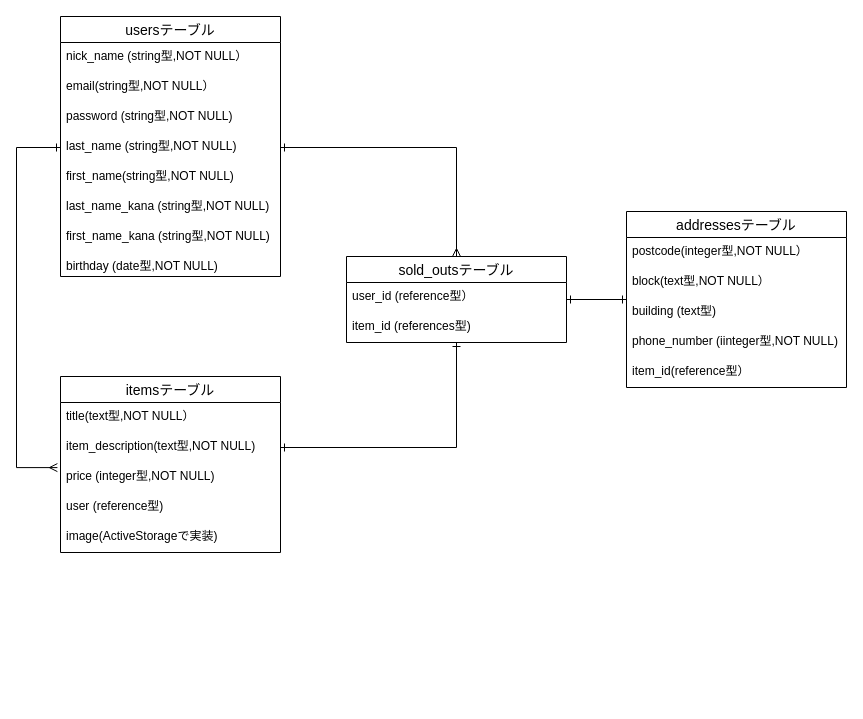
The draw.io diagram frima.dio in kanix2020/furima-34021, before the edit. Source tidied: cells renumbered, new cells numbered last; positions are measured from the earlier drawing's top-left corner, leaving out a move shared by most shapes. Both pictures are drawn from the tidied source at 100%, with x=0, y=0 at pixel (16, 16).
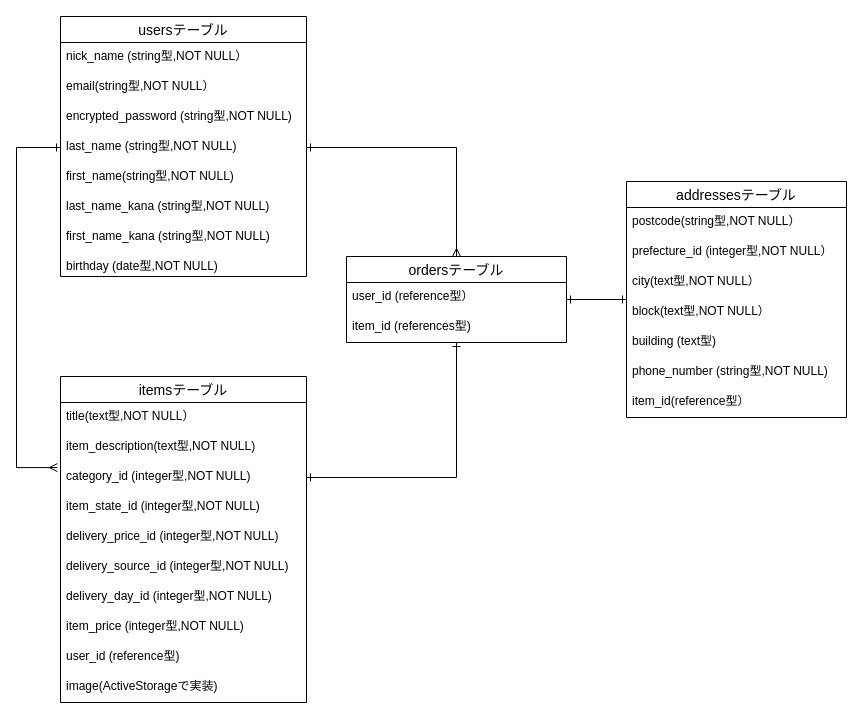
The same diagram, later.

Commit message (it also covers changes not shown here):
ER図・READMEの修正

Diff of the diagram source:
```diff
@@
     <mxCell id="2" value="usersテーブル" style="swimlane;fontStyle=0;horizontal=1;startSize=26;align=center;fontSize=14;" parent="1" vertex="1">
-      <mxGeometry x="44" width="220" height="260" as="geometry" />
+      <mxGeometry x="44" width="246" height="260" as="geometry" />
     </mxCell>
     <mxCell id="3" value="nick_name (string型,NOT NULL）" style="text;strokeColor=none;fillColor=none;spacingLeft=4;spacingRight=4;overflow=hidden;fontSize=12;" parent="2" vertex="1">
-      <mxGeometry y="26" width="220" height="30" as="geometry" />
+      <mxGeometry y="26" width="246" height="30" as="geometry" />
     </mxCell>
     <mxCell id="4" value="email(string型,NOT NULL）" style="text;strokeColor=none;fillColor=none;spacingLeft=4;spacingRight=4;overflow=hidden;fontSize=12;" parent="2" vertex="1">
-      <mxGeometry y="56" width="220" height="30" as="geometry" />
+      <mxGeometry y="56" width="246" height="30" as="geometry" />
     </mxCell>
-    <mxCell id="5" value="password (string型,NOT NULL)" style="text;strokeColor=none;fillColor=none;spacingLeft=4;spacingRight=4;overflow=hidden;fontSize=12;" parent="2" vertex="1">
-      <mxGeometry y="86" width="220" height="30" as="geometry" />
+    <mxCell id="5" value="encrypted_password (string型,NOT NULL)" style="text;strokeColor=none;fillColor=none;spacingLeft=4;spacingRight=4;overflow=hidden;fontSize=12;" parent="2" vertex="1">
+      <mxGeometry y="86" width="246" height="30" as="geometry" />
     </mxCell>
     <mxCell id="6" value="last_name (string型,NOT NULL)" style="text;strokeColor=none;fillColor=none;spacingLeft=4;spacingRight=4;overflow=hidden;points=[[0,0.5],[1,0.5]];portConstraint=eastwest;fontSize=12;" parent="2" vertex="1">
-      <mxGeometry y="116" width="220" height="30" as="geometry" />
+      <mxGeometry y="116" width="246" height="30" as="geometry" />
     </mxCell>
     <mxCell id="7" value="first_name(string型,NOT NULL)" style="text;strokeColor=none;fillColor=none;spacingLeft=4;spacingRight=4;overflow=hidden;fontSize=12;" parent="2" vertex="1">
-      <mxGeometry y="146" width="220" height="30" as="geometry" />
+      <mxGeometry y="146" width="246" height="30" as="geometry" />
     </mxCell>
     <mxCell id="8" value="last_name_kana (string型,NOT NULL)" style="text;strokeColor=none;fillColor=none;spacingLeft=4;spacingRight=4;overflow=hidden;fontSize=12;" parent="2" vertex="1">
-      <mxGeometry y="176" width="220" height="30" as="geometry" />
+      <mxGeometry y="176" width="246" height="30" as="geometry" />
     </mxCell>
     <mxCell id="9" value="first_name_kana (string型,NOT NULL)" style="text;strokeColor=none;fillColor=none;spacingLeft=4;spacingRight=4;overflow=hidden;fontSize=12;" parent="2" vertex="1">
-      <mxGeometry y="206" width="220" height="30" as="geometry" />
+      <mxGeometry y="206" width="246" height="30" as="geometry" />
     </mxCell>
     <mxCell id="10" value="birthday (date型,NOT NULL)" style="text;strokeColor=none;fillColor=none;spacingLeft=4;spacingRight=4;overflow=hidden;fontSize=12;" parent="2" vertex="1">
-      <mxGeometry y="236" width="220" height="24" as="geometry" />
+      <mxGeometry y="236" width="246" height="24" as="geometry" />
     </mxCell>
@@
     <mxCell id="12" value="itemsテーブル" style="swimlane;fontStyle=0;horizontal=1;startSize=26;align=center;fontSize=14;" parent="1" vertex="1">
-      <mxGeometry x="44" y="360" width="220" height="176" as="geometry" />
+      <mxGeometry x="44" y="360" width="246" height="326" as="geometry" />
     </mxCell>
     <mxCell id="13" value="title(text型,NOT NULL）" style="text;strokeColor=none;fillColor=none;spacingLeft=4;spacingRight=4;overflow=hidden;fontSize=12;" parent="12" vertex="1">
-      <mxGeometry y="26" width="220" height="30" as="geometry" />
+      <mxGeometry y="26" width="246" height="30" as="geometry" />
     </mxCell>
     <mxCell id="14" value="item_description(text型,NOT NULL)&#10;" style="text;strokeColor=none;fillColor=none;spacingLeft=4;spacingRight=4;overflow=hidden;points=[[0,0.5],[1,0.5]];portConstraint=eastwest;fontSize=12;" parent="12" vertex="1">
-      <mxGeometry y="56" width="220" height="30" as="geometry" />
+      <mxGeometry y="56" width="246" height="30" as="geometry" />
     </mxCell>
-    <mxCell id="15" value="price (integer型,NOT NULL)" style="text;strokeColor=none;fillColor=none;spacingLeft=4;spacingRight=4;overflow=hidden;points=[[0,0.5],[1,0.5]];portConstraint=eastwest;fontSize=12;" parent="12" vertex="1">
-      <mxGeometry y="86" width="220" height="30" as="geometry" />
+    <mxCell id="15" value="category_id (integer型,NOT NULL)" style="text;strokeColor=none;fillColor=none;spacingLeft=4;spacingRight=4;overflow=hidden;points=[[0,0.5],[1,0.5]];portConstraint=eastwest;fontSize=12;" parent="12" vertex="1">
+      <mxGeometry y="86" width="246" height="30" as="geometry" />
     </mxCell>
+    <mxCell id="30" value="item_state_id (integer型,NOT NULL)" style="text;strokeColor=none;fillColor=none;spacingLeft=4;spacingRight=4;overflow=hidden;fontSize=12;" parent="12" vertex="1">
+      <mxGeometry y="116" width="246" height="30" as="geometry" />
+    </mxCell>
+    <mxCell id="31" value="delivery_price_id (integer型,NOT NULL)" style="text;strokeColor=none;fillColor=none;spacingLeft=4;spacingRight=4;overflow=hidden;fontSize=12;" parent="12" vertex="1">
+      <mxGeometry y="146" width="246" height="30" as="geometry" />
+    </mxCell>
+    <mxCell id="32" value="delivery_source_id (integer型,NOT NULL)" style="text;strokeColor=none;fillColor=none;spacingLeft=4;spacingRight=4;overflow=hidden;fontSize=12;" parent="12" vertex="1">
+      <mxGeometry y="176" width="246" height="30" as="geometry" />
+    </mxCell>
+    <mxCell id="33" value="delivery_day_id (integer型,NOT NULL)" style="text;strokeColor=none;fillColor=none;spacingLeft=4;spacingRight=4;overflow=hidden;fontSize=12;" parent="12" vertex="1">
+      <mxGeometry y="206" width="246" height="30" as="geometry" />
+    </mxCell>
+    <mxCell id="34" value="item_price (integer型,NOT NULL)" style="text;strokeColor=none;fillColor=none;spacingLeft=4;spacingRight=4;overflow=hidden;fontSize=12;" parent="12" vertex="1">
+      <mxGeometry y="236" width="246" height="30" as="geometry" />
+    </mxCell>
-    <mxCell id="16" value="user (reference型)" style="text;strokeColor=none;fillColor=none;spacingLeft=4;spacingRight=4;overflow=hidden;fontSize=12;" parent="12" vertex="1">
-      <mxGeometry y="116" width="220" height="30" as="geometry" />
+    <mxCell id="16" value="user_id (reference型)" style="text;strokeColor=none;fillColor=none;spacingLeft=4;spacingRight=4;overflow=hidden;fontSize=12;" parent="12" vertex="1">
+      <mxGeometry y="266" width="246" height="30" as="geometry" />
     </mxCell>
     <mxCell id="17" value="image(ActiveStorageで実装)" style="text;strokeColor=none;fillColor=none;spacingLeft=4;spacingRight=4;overflow=hidden;fontSize=12;" parent="12" vertex="1">
-      <mxGeometry y="146" width="220" height="30" as="geometry" />
+      <mxGeometry y="296" width="246" height="30" as="geometry" />
     </mxCell>
@@
     <mxCell id="19" value="addressesテーブル" style="swimlane;fontStyle=0;horizontal=1;startSize=26;align=center;fontSize=14;" parent="1" vertex="1">
-      <mxGeometry x="610" y="195" width="220" height="176" as="geometry" />
+      <mxGeometry x="610" y="165" width="220" height="236" as="geometry" />
     </mxCell>
-    <mxCell id="20" value="postcode(integer型,NOT NULL）&#10;" style="text;strokeColor=none;fillColor=none;spacingLeft=4;spacingRight=4;overflow=hidden;fontSize=12;" parent="19" vertex="1">
+    <mxCell id="20" value="postcode(string型,NOT NULL）&#10;" style="text;strokeColor=none;fillColor=none;spacingLeft=4;spacingRight=4;overflow=hidden;fontSize=12;" parent="19" vertex="1">
       <mxGeometry y="26" width="220" height="30" as="geometry" />
     </mxCell>
-    <mxCell id="21" value="block(text型,NOT NULL）" style="text;strokeColor=none;fillColor=none;spacingLeft=4;spacingRight=4;overflow=hidden;fontSize=12;" parent="19" vertex="1">
+    <mxCell id="21" value="prefecture_id (integer型,NOT NULL）" style="text;strokeColor=none;fillColor=none;spacingLeft=4;spacingRight=4;overflow=hidden;fontSize=12;" parent="19" vertex="1">
       <mxGeometry y="56" width="220" height="30" as="geometry" />
     </mxCell>
+    <mxCell id="35" value="city(text型,NOT NULL）" style="text;strokeColor=none;fillColor=none;spacingLeft=4;spacingRight=4;overflow=hidden;fontSize=12;" parent="19" vertex="1">
+      <mxGeometry y="86" width="220" height="30" as="geometry" />
+    </mxCell>
+    <mxCell id="36" value="block(text型,NOT NULL）" style="text;strokeColor=none;fillColor=none;spacingLeft=4;spacingRight=4;overflow=hidden;fontSize=12;" parent="19" vertex="1">
+      <mxGeometry y="116" width="220" height="30" as="geometry" />
+    </mxCell>
     <mxCell id="22" value="building (text型)" style="text;strokeColor=none;fillColor=none;spacingLeft=4;spacingRight=4;overflow=hidden;fontSize=12;" parent="19" vertex="1">
-      <mxGeometry y="86" width="220" height="30" as="geometry" />
+      <mxGeometry y="146" width="220" height="30" as="geometry" />
     </mxCell>
-    <mxCell id="23" value="phone_number (iinteger型,NOT NULL)" style="text;strokeColor=none;fillColor=none;spacingLeft=4;spacingRight=4;overflow=hidden;fontSize=12;" parent="19" vertex="1">
-      <mxGeometry y="116" width="220" height="30" as="geometry" />
+    <mxCell id="23" value="phone_number (string型,NOT NULL)" style="text;strokeColor=none;fillColor=none;spacingLeft=4;spacingRight=4;overflow=hidden;fontSize=12;" parent="19" vertex="1">
+      <mxGeometry y="176" width="220" height="30" as="geometry" />
     </mxCell>
     <mxCell id="24" value="item_id(reference型）&#10;" style="text;strokeColor=none;fillColor=none;spacingLeft=4;spacingRight=4;overflow=hidden;fontSize=12;" parent="19" vertex="1">
-      <mxGeometry y="146" width="220" height="30" as="geometry" />
+      <mxGeometry y="206" width="220" height="30" as="geometry" />
     </mxCell>
-    <mxCell id="25" style="edgeStyle=orthogonalEdgeStyle;rounded=0;jettySize=auto;html=1;entryX=1;entryY=0.5;entryDx=0;entryDy=0;startArrow=ERone;startFill=0;endArrow=ERone;endFill=0;" parent="1" edge="1" source="26" target="14">
+    <mxCell id="25" style="edgeStyle=orthogonalEdgeStyle;rounded=0;jettySize=auto;html=1;entryX=1;entryY=0.5;entryDx=0;entryDy=0;startArrow=ERone;startFill=0;endArrow=ERone;endFill=0;" parent="1" edge="1" source="26" target="15">
       <mxGeometry relative="1" as="geometry" />
     </mxCell>
-    <mxCell id="26" value="sold_outsテーブル" style="swimlane;fontStyle=0;horizontal=1;startSize=26;align=center;fontSize=14;" parent="1" vertex="1">
+    <mxCell id="26" value="ordersテーブル" style="swimlane;fontStyle=0;horizontal=1;startSize=26;align=center;fontSize=14;" parent="1" vertex="1">
       <mxGeometry x="330" y="240" width="220" height="86" as="geometry" />
     </mxCell>
```
